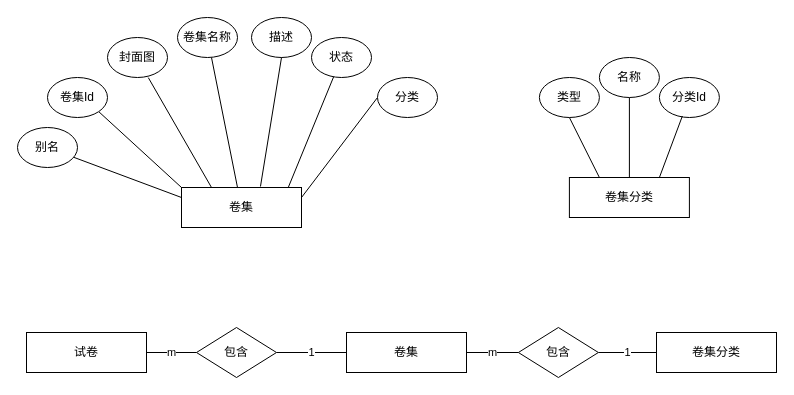
The draw.io diagram page "卷集E-R图" (6 of 34) of 题库E-R.drawio in ChenLiheng/question-project, before the edit. Source tidied: cells renumbered, new cells numbered last; positions are measured from the earlier drawing's top-left corner, leaving out a move shared by most shapes. Both pictures are drawn from the tidied source at 100%, with x=0, y=0 at pixel (17, 17).
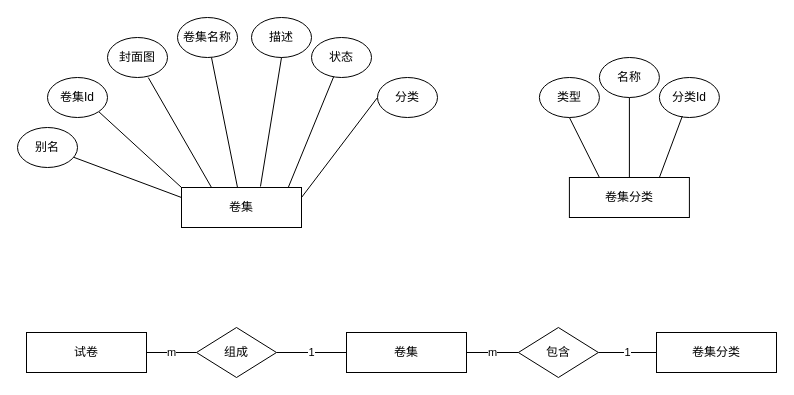
After the change.

The change refers to these unchanged cells:
```xml
<mxCell id="26" style="group;" parent="1" vertex="1">
  <mxGeometry x="9" y="310" width="750" height="50" as="geometry" />
</mxCell>
```

Change to the diagram source:
```diff
@@
-    <mxCell id="33" value="包含" style="rhombus;whiteSpace=wrap;html=1;" parent="26" vertex="1">
+    <mxCell id="33" value="组成" style="rhombus;whiteSpace=wrap;html=1;" parent="26" vertex="1">
       <mxGeometry x="170" width="80" height="50" as="geometry" />
     </mxCell>
```
